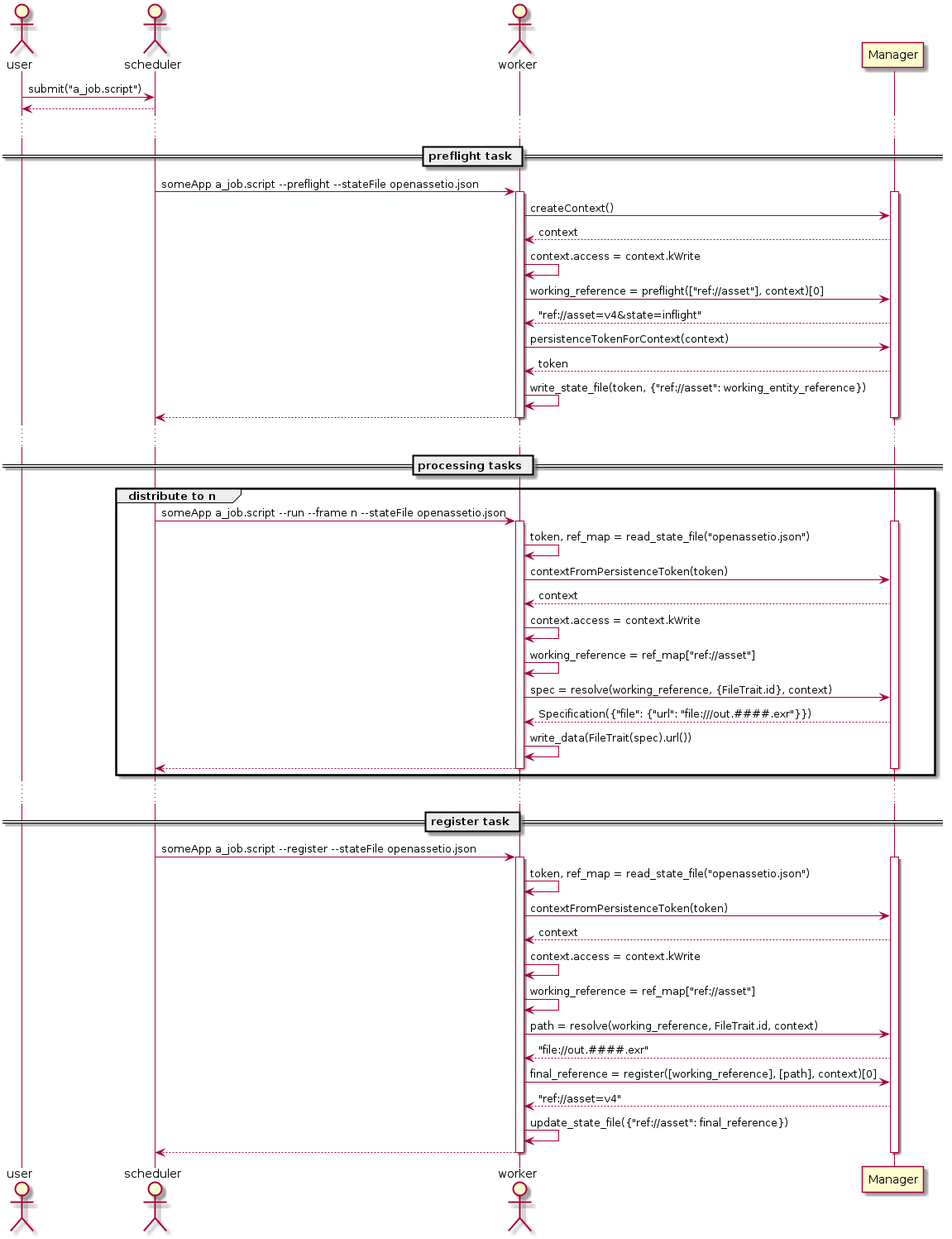
Earlier version of the PlantUML export docs/inline_umlgraph_3.png (foundrytom/OpenAssetIO).
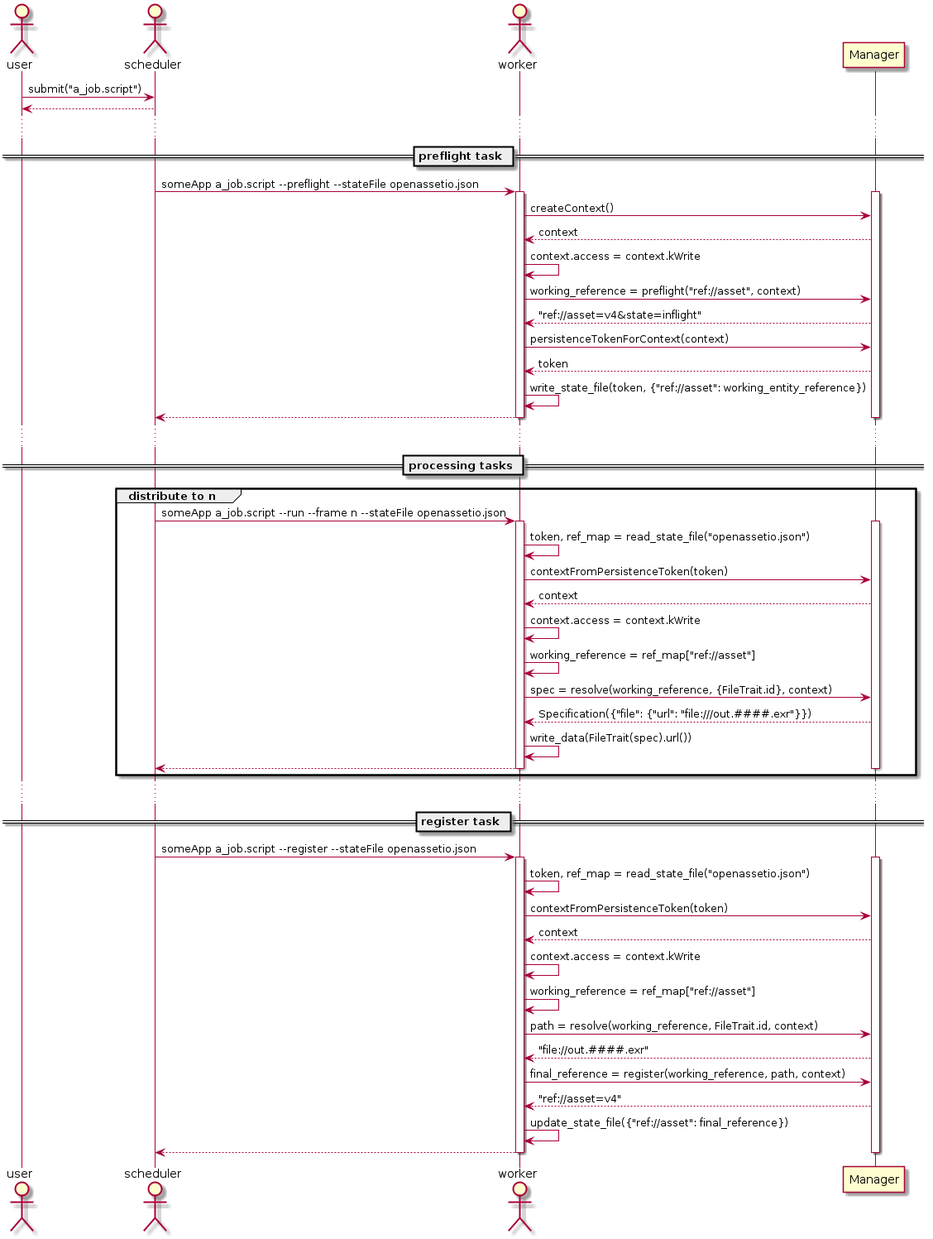
Above is the later version.

What changed in the source:
```diff
@@ -12,7 +12,7 @@
 worker -> Manager : createContext()
 Manager --> worker : context
 worker -> worker : context.access = context.kWrite
-worker -> Manager : working_reference = preflight(["ref://asset"], context)[0]
+worker -> Manager : working_reference = preflight("ref://asset", context)
 Manager --> worker : "ref://asset=v4&state=inflight"
 worker -> Manager : persistenceTokenForContext(context)
 Manager --> worker : token
@@ -50,7 +50,7 @@
 worker -> worker : working_reference = ref_map["ref://asset"]
 worker -> Manager : path = resolve(working_reference, FileTrait.id, context)
 Manager --> worker : "file://out.####.exr"
-worker -> Manager : final_reference = register([working_reference], [path], context)[0]
+worker -> Manager : final_reference = register(working_reference, path, context)
 Manager --> worker : "ref://asset=v4"
 worker -> worker : update_state_file({"ref://asset": final_reference})
 worker --> scheduler
```
